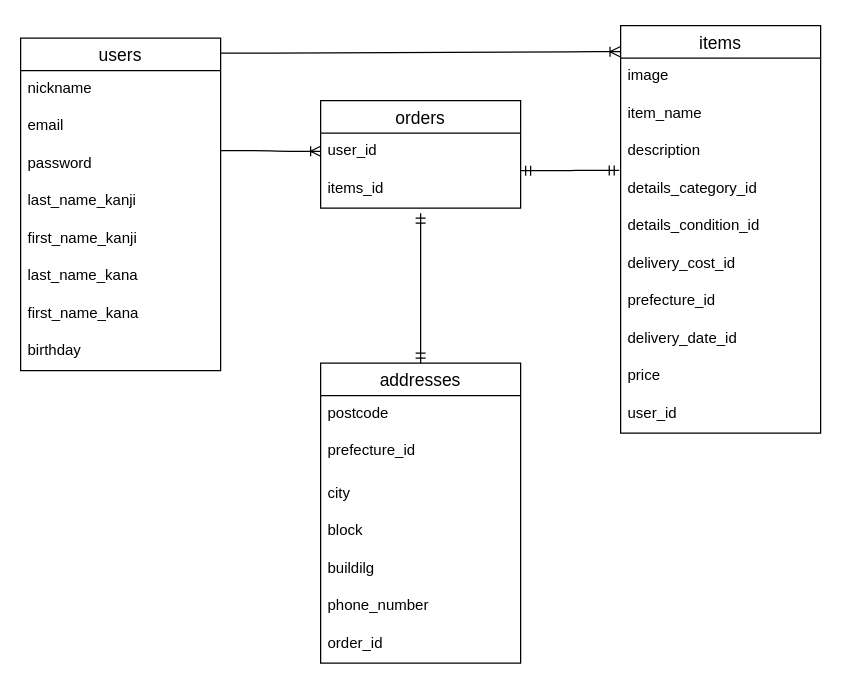
Before: test.dio in asakobear11/furima-39299, a draw.io diagram. Source tidied: cells renumbered, new cells numbered last; positions are measured from the earlier drawing's top-left corner, leaving out a move shared by most shapes. Both pictures are drawn from the tidied source at 125%, with x=0, y=0 at pixel (20, 25).
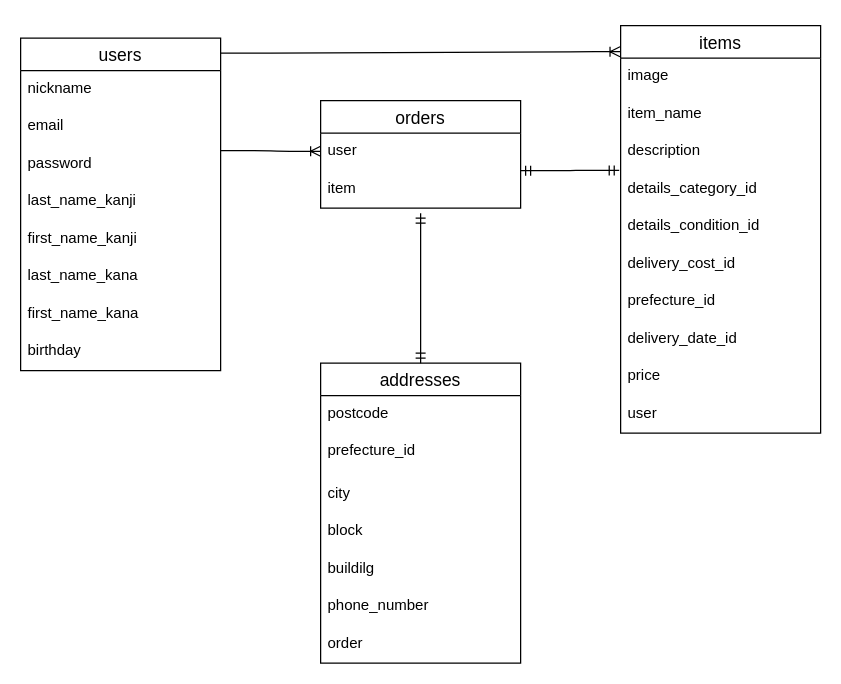
Above is the later version.

Commit message:
データベース設計訂正5

Unchanged cells that the change refers to:
```xml
<mxCell id="11" value="orders" style="swimlane;fontStyle=0;horizontal=1;startSize=26;align=center;fontSize=14;" parent="1" vertex="1">
  <mxGeometry x="240" y="60" width="160" height="86" as="geometry" />
</mxCell>
<mxCell id="14" value="items" style="swimlane;fontStyle=0;horizontal=1;startSize=26;align=center;fontSize=14;" parent="1" vertex="1">
  <mxGeometry x="480" width="160" height="326" as="geometry" />
</mxCell>
<mxCell id="26" value="addresses" style="swimlane;fontStyle=0;horizontal=1;startSize=26;align=center;fontSize=14;" parent="1" vertex="1">
  <mxGeometry x="240" y="270" width="160" height="240" as="geometry" />
</mxCell>
```

What changed in the source:
```diff
@@
-    <mxCell id="12" value="user_id" style="text;strokeColor=none;fillColor=none;spacingLeft=4;spacingRight=4;overflow=hidden;fontSize=12;" parent="11" vertex="1">
+    <mxCell id="12" value="user" style="text;strokeColor=none;fillColor=none;spacingLeft=4;spacingRight=4;overflow=hidden;fontSize=12;" parent="11" vertex="1">
       <mxGeometry y="26" width="160" height="30" as="geometry" />
     </mxCell>
-    <mxCell id="13" value="items_id" style="text;strokeColor=none;fillColor=none;spacingLeft=4;spacingRight=4;overflow=hidden;fontSize=12;" parent="11" vertex="1">
+    <mxCell id="13" value="item" style="text;strokeColor=none;fillColor=none;spacingLeft=4;spacingRight=4;overflow=hidden;fontSize=12;" parent="11" vertex="1">
       <mxGeometry y="56" width="160" height="30" as="geometry" />
     </mxCell>
@@
-    <mxCell id="25" value="user_id" style="text;strokeColor=none;fillColor=none;spacingLeft=4;spacingRight=4;overflow=hidden;fontSize=12;" parent="14" vertex="1">
+    <mxCell id="25" value="user" style="text;strokeColor=none;fillColor=none;spacingLeft=4;spacingRight=4;overflow=hidden;fontSize=12;" parent="14" vertex="1">
       <mxGeometry y="296" width="160" height="30" as="geometry" />
     </mxCell>
@@
-    <mxCell id="33" value="order_id" style="text;strokeColor=none;fillColor=none;spacingLeft=4;spacingRight=4;overflow=hidden;fontSize=12;" parent="26" vertex="1">
+    <mxCell id="33" value="order" style="text;strokeColor=none;fillColor=none;spacingLeft=4;spacingRight=4;overflow=hidden;fontSize=12;" parent="26" vertex="1">
       <mxGeometry y="210" width="160" height="30" as="geometry" />
     </mxCell>
```
